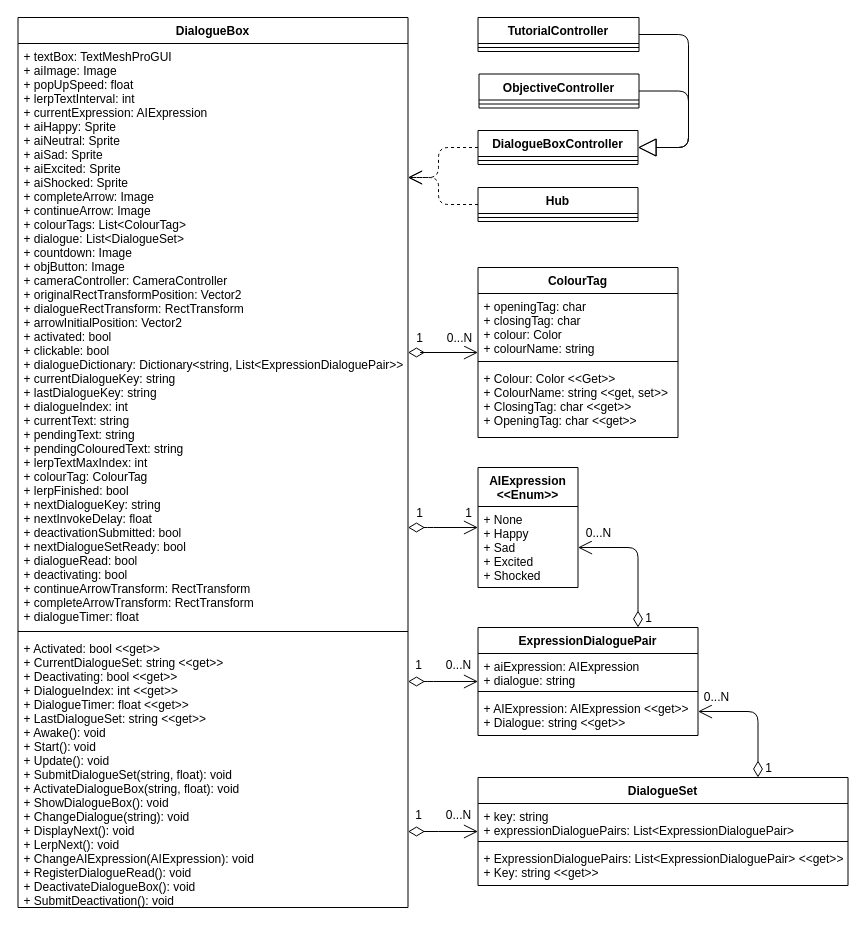
Earlier version of the draw.io diagram 31 - DOC - Custom Project D Level/Dialogue Current UML.drawio (huf0001/COS30031GamesProgramming). Source tidied: cells renumbered, new cells numbered last; positions are measured from the earlier drawing's top-left corner, leaving out a move shared by most shapes. Both pictures are drawn from the tidied source at 100%, with x=0, y=0 at pixel (18, 17).
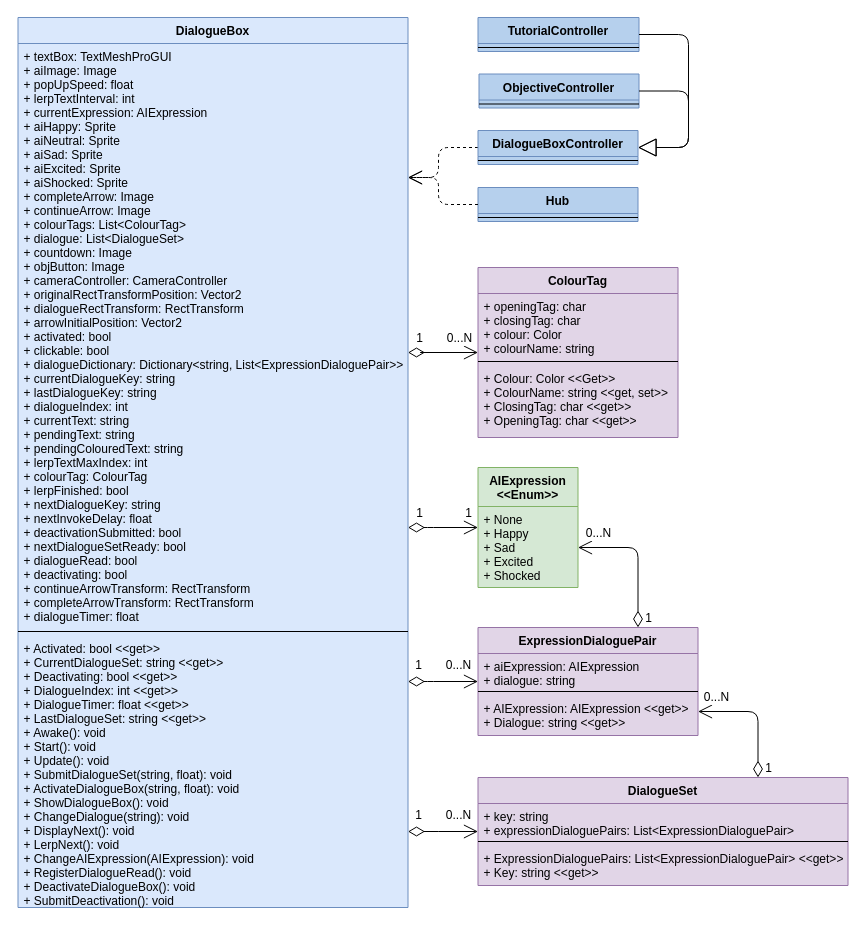
The same page after the edit.

Diff of the diagram source:
```diff
@@
-    <mxCell id="2" value="DialogueBox" style="swimlane;fontStyle=1;align=center;verticalAlign=top;horizontal=1;startSize=26;" parent="1" vertex="1">
+    <mxCell id="2" value="DialogueBox" style="swimlane;fontStyle=1;align=center;verticalAlign=top;horizontal=1;startSize=26;fillColor=#dae8fc;strokeColor=#6c8ebf;swimlaneFillColor=#DAE8FC;" parent="1" vertex="1">
       <mxGeometry x="-0.5" width="390" height="890" as="geometry" />
     </mxCell>
@@
-    <mxCell id="6" value="AIExpression&#10;&lt;&lt;Enum&gt;&gt;" style="swimlane;fontStyle=1;align=center;verticalAlign=top;horizontal=1;startSize=39;" parent="1" vertex="1">
+    <mxCell id="6" value="AIExpression&#10;&lt;&lt;Enum&gt;&gt;" style="swimlane;fontStyle=1;align=center;verticalAlign=top;horizontal=1;startSize=39;fillColor=#d5e8d4;strokeColor=#82b366;swimlaneFillColor=#D5E8D4;" parent="1" vertex="1">
       <mxGeometry x="459.5" y="450" width="100" height="120" as="geometry" />
     </mxCell>
@@
-    <mxCell id="8" value="ColourTag" style="swimlane;fontStyle=1;align=center;verticalAlign=top;horizontal=1;startSize=26;" parent="1" vertex="1">
+    <mxCell id="8" value="ColourTag" style="swimlane;fontStyle=1;align=center;verticalAlign=top;horizontal=1;startSize=26;fillColor=#e1d5e7;strokeColor=#9673a6;swimlaneFillColor=#E1D5E7;" parent="1" vertex="1">
       <mxGeometry x="459.5" y="250" width="200" height="170" as="geometry" />
     </mxCell>
@@
-    <mxCell id="12" value="ExpressionDialoguePair" style="swimlane;fontStyle=1;align=center;verticalAlign=top;horizontal=1;startSize=26;" parent="1" vertex="1">
+    <mxCell id="12" value="ExpressionDialoguePair" style="swimlane;fontStyle=1;align=center;verticalAlign=top;horizontal=1;startSize=26;fillColor=#e1d5e7;strokeColor=#9673a6;swimlaneFillColor=#E1D5E7;" parent="1" vertex="1">
       <mxGeometry x="459.5" y="610" width="220" height="108" as="geometry" />
     </mxCell>
@@
-    <mxCell id="16" value="DialogueSet" style="swimlane;fontStyle=1;align=center;verticalAlign=top;horizontal=1;startSize=26;" parent="1" vertex="1">
+    <mxCell id="16" value="DialogueSet" style="swimlane;fontStyle=1;align=center;verticalAlign=top;horizontal=1;startSize=26;fillColor=#e1d5e7;strokeColor=#9673a6;swimlaneFillColor=#E1D5E7;" parent="1" vertex="1">
       <mxGeometry x="459.5" y="760" width="370" height="108" as="geometry" />
     </mxCell>
@@
-    <mxCell id="39" value="TutorialController" style="swimlane;fontStyle=1;align=center;verticalAlign=top;horizontal=1;startSize=26;" parent="1" vertex="1">
+    <mxCell id="39" value="TutorialController" style="swimlane;fontStyle=1;align=center;verticalAlign=top;horizontal=1;startSize=26;swimlaneFillColor=#B6D0ED;fillColor=#B6D0ED;strokeColor=#6c8ebf;" parent="1" vertex="1">
       <mxGeometry x="459.5" width="161" height="34" as="geometry" />
     </mxCell>
@@
-    <mxCell id="41" value="ObjectiveController" style="swimlane;fontStyle=1;align=center;verticalAlign=top;horizontal=1;startSize=26;" parent="1" vertex="1">
+    <mxCell id="41" value="ObjectiveController" style="swimlane;fontStyle=1;align=center;verticalAlign=top;horizontal=1;startSize=26;swimlaneFillColor=#B6D0ED;fillColor=#B6D0ED;strokeColor=#6c8ebf;" parent="1" vertex="1">
       <mxGeometry x="460.5" y="56.5" width="160" height="34" as="geometry" />
     </mxCell>
@@
-    <mxCell id="43" value="DialogueBoxController" style="swimlane;fontStyle=1;align=center;verticalAlign=top;horizontal=1;startSize=26;" parent="1" vertex="1">
+    <mxCell id="43" value="DialogueBoxController" style="swimlane;fontStyle=1;align=center;verticalAlign=top;horizontal=1;startSize=26;swimlaneFillColor=#B6D0ED;fillColor=#B6D0ED;strokeColor=#6c8ebf;" parent="1" vertex="1">
       <mxGeometry x="459.5" y="113" width="160" height="34" as="geometry" />
     </mxCell>
@@
-    <mxCell id="47" value="Hub" style="swimlane;fontStyle=1;align=center;verticalAlign=top;horizontal=1;startSize=26;" parent="1" vertex="1">
+    <mxCell id="47" value="Hub" style="swimlane;fontStyle=1;align=center;verticalAlign=top;horizontal=1;startSize=26;swimlaneFillColor=#B6D0ED;fillColor=#B6D0ED;strokeColor=#6c8ebf;" parent="1" vertex="1">
       <mxGeometry x="459.5" y="170" width="160" height="34" as="geometry" />
     </mxCell>
```
